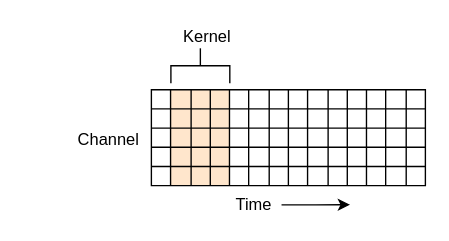
weiter10/tfm_eeg_dl keeps this draw.io diagram as conv1d.drawio. Above is the earlier version. Source tidied: cells renumbered, new cells numbered last; positions are measured from the earlier drawing's top-left corner, leaving out a move shared by most shapes. Both pictures are drawn from the tidied source at 137%, with x=0, y=0 at pixel (81, 23).
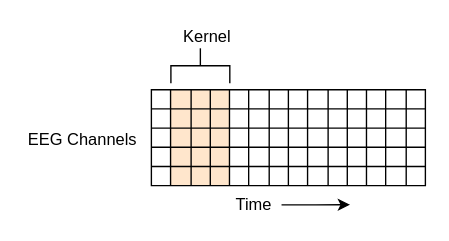
The same diagram, later.

What changed in the source:
```diff
@@
-    <mxCell id="3" value="&lt;div&gt;Channel&lt;/div&gt;" style="text;html=1;strokeColor=none;fillColor=none;align=center;verticalAlign=middle;whiteSpace=wrap;rounded=0;" parent="1" vertex="1">
-      <mxGeometry y="75" width="40" height="20" as="geometry" />
+    <mxCell id="3" value="&lt;div&gt;EEG Channels&lt;/div&gt;" style="text;html=1;strokeColor=none;fillColor=none;align=center;verticalAlign=middle;whiteSpace=wrap;rounded=0;" parent="1" vertex="1">
+      <mxGeometry x="-42" y="75" width="86" height="20" as="geometry" />
     </mxCell>
```
